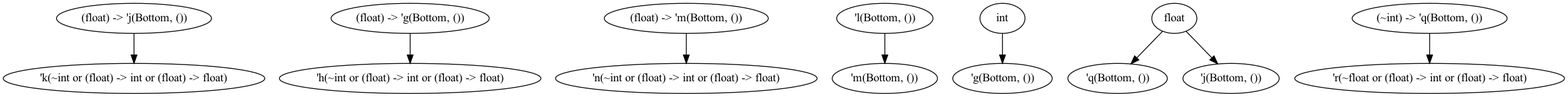
This is dots/1.dot.png from chocobo333/regino, a Graphviz export, as it was before one commit. Its source is kept beside it as dots/1.dot.
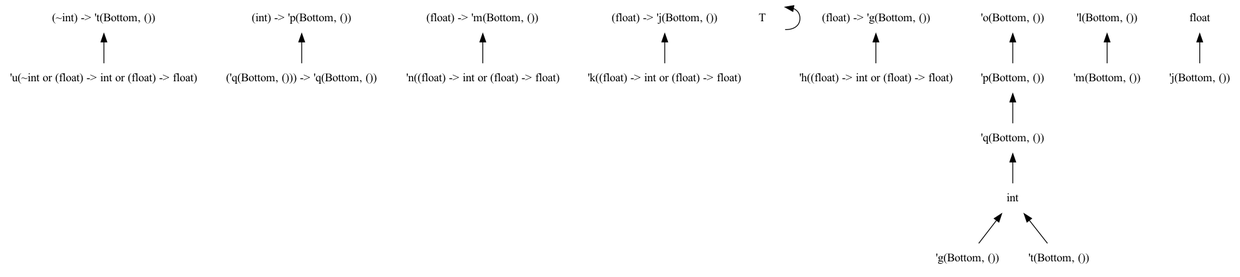
After the commit.

Diff of the diagram source:
```diff
@@ -1,29 +1,45 @@
 digraph order {
-  node [
+  graph [
+    size = "30,10"
     ];
   node [
+    shape = none
     ];
+  edge [
+    dir = back
+    ];
+  "(~int) -> 't(Bottom, ())"
+  "(int) -> 'p(Bottom, ())"
+  "(float) -> 'm(Bottom, ())"
   "(float) -> 'j(Bottom, ())"
-  "(float) -> 'g(Bottom, ())"
-  "'h(~int or (float) -> int or (float) -> float)"
-  "'k(~int or (float) -> int or (float) -> float)"
-  "'n(~int or (float) -> int or (float) -> float)"
+  "T"
+  "'h((float) -> int or (float) -> float)"
+  "'k((float) -> int or (float) -> float)"
+  "'n((float) -> int or (float) -> float)"
+  "'p(Bottom, ())"
+  "'q(Bottom, ())"
   "'m(Bottom, ())"
+  "'j(Bottom, ())"
   "'g(Bottom, ())"
-  "'q(Bottom, ())"
-  "'j(Bottom, ())"
+  "'t(Bottom, ())"
+  "'o(Bottom, ())"
   "'l(Bottom, ())"
-  "'r(~float or (float) -> int or (float) -> float)"
+  "'u(~int or (float) -> int or (float) -> float)"
   "float"
   "int"
-  "(~int) -> 'q(Bottom, ())"
-  "(float) -> 'm(Bottom, ())"
-  "(float) -> 'j(Bottom, ())" -> "'k(~int or (float) -> int or (float) -> float)"
-  "(float) -> 'g(Bottom, ())" -> "'h(~int or (float) -> int or (float) -> float)"
-  "float" -> "'q(Bottom, ())"
+  "('q(Bottom, ())) -> 'q(Bottom, ())"
+  "(float) -> 'g(Bottom, ())"
+  "(float) -> 'm(Bottom, ())" -> "'n((float) -> int or (float) -> float)"
+  "(float) -> 'j(Bottom, ())" -> "'k((float) -> int or (float) -> float)"
+  "(float) -> 'g(Bottom, ())" -> "'h((float) -> int or (float) -> float)"
+  "T" -> "T"
   "float" -> "'j(Bottom, ())"
+  "'o(Bottom, ())" -> "'p(Bottom, ())"
+  "int" -> "'g(Bottom, ())"
+  "int" -> "'t(Bottom, ())"
+  "'q(Bottom, ())" -> "int"
+  "'p(Bottom, ())" -> "'q(Bottom, ())"
   "'l(Bottom, ())" -> "'m(Bottom, ())"
-  "int" -> "'g(Bottom, ())"
-  "(~int) -> 'q(Bottom, ())" -> "'r(~float or (float) -> int or (float) -> float)"
-  "(float) -> 'm(Bottom, ())" -> "'n(~int or (float) -> int or (float) -> float)"
+  "(~int) -> 't(Bottom, ())" -> "'u(~int or (float) -> int or (float) -> float)"
+  "(int) -> 'p(Bottom, ())" -> "('q(Bottom, ())) -> 'q(Bottom, ())"
 }
```
